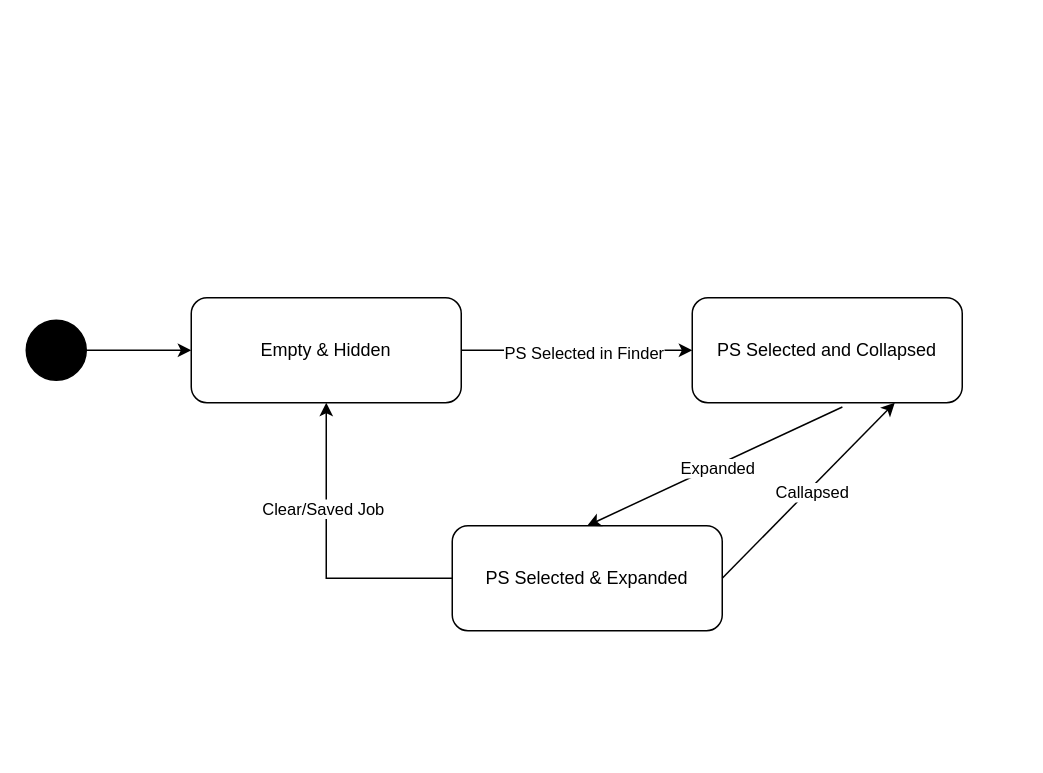
The draw.io diagram StateMachine_Finder_MassUpdate.drawio in amreshs/SoftwareDesignArchitecturesDiagram, before the edit. Source tidied: cells renumbered, new cells numbered last; positions are measured from the earlier drawing's top-left corner, leaving out a move shared by most shapes. Both pictures are drawn from the tidied source at 150%, with x=0, y=0 at pixel (26, 297).
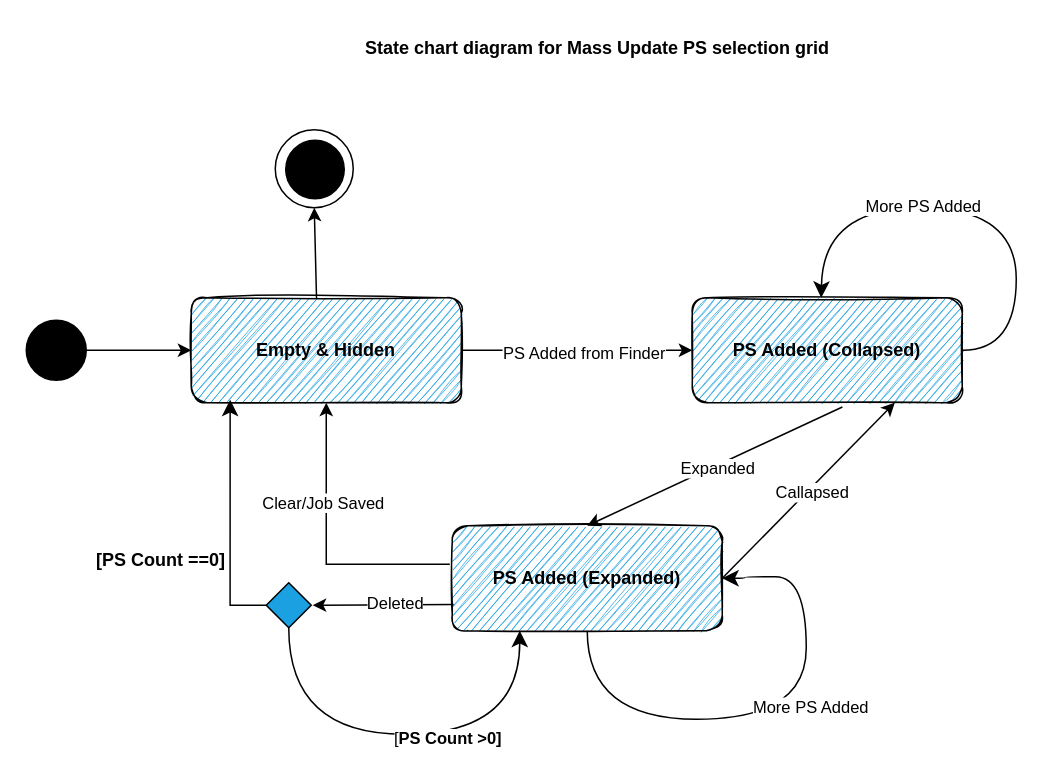
The same diagram, later.

The change refers to these unchanged cells:
```xml
<mxCell id="8" style="endArrow=classic;html=1;rounded=0;entryX=0;entryY=0.5;entryDx=0;entryDy=0;exitX=1;exitY=0.5;exitDx=0;exitDy=0;" parent="1" edge="1" source="2" target="4">
  <mxGeometry relative="1" as="geometry" />
</mxCell>
```

Change to the diagram source:
```diff
@@
-    <mxCell id="2" value="Empty &amp;amp; Hidden" style="rounded=1;whiteSpace=wrap;html=1;" parent="1" vertex="1">
+    <mxCell id="2" value="&lt;b&gt;Empty &amp;amp; Hidden&lt;/b&gt;" style="rounded=1;whiteSpace=wrap;html=1;fillColor=#1ba1e2;sketch=1;" parent="1" vertex="1">
       <mxGeometry x="110" width="180" height="70" as="geometry" />
     </mxCell>
@@
-    <mxCell id="4" value="PS Selected and Collapsed" style="rounded=1;whiteSpace=wrap;html=1;" parent="1" vertex="1">
+    <mxCell id="4" value="&lt;b&gt;PS Added (Collapsed)&lt;/b&gt;" style="rounded=1;whiteSpace=wrap;html=1;fillColor=#1ba1e2;sketch=1;" parent="1" vertex="1">
       <mxGeometry x="444" width="180" height="70" as="geometry" />
     </mxCell>
-    <mxCell id="5" style="edgeStyle=orthogonalEdgeStyle;rounded=0;jettySize=auto;html=1;exitX=0;exitY=0.5;exitDx=0;exitDy=0;" parent="1" edge="1" source="7" target="2">
-      <mxGeometry relative="1" as="geometry" />
+    <mxCell id="5" style="edgeStyle=orthogonalEdgeStyle;rounded=0;jettySize=auto;html=1;exitX=-0.009;exitY=0.366;exitDx=0;exitDy=0;exitPerimeter=0;" parent="1" edge="1" source="7" target="2">
+      <mxGeometry relative="1" as="geometry">
+        <Array as="points">
+          <mxPoint x="200" y="178" />
+        </Array>
+      </mxGeometry>
     </mxCell>
-    <mxCell id="6" value="Clear/Saved Job" style="edgeLabel;html=1;align=center;verticalAlign=middle;" parent="5" vertex="1">
+    <mxCell id="6" value="Clear/Job Saved" style="edgeLabel;html=1;align=center;verticalAlign=middle;" parent="5" vertex="1">
       <mxGeometry x="0.3" y="3" relative="1" as="geometry" />
     </mxCell>
-    <mxCell id="7" value="PS Selected &amp;amp; Expanded" style="rounded=1;whiteSpace=wrap;html=1;" parent="1" vertex="1">
+    <mxCell id="7" value="&lt;b&gt;PS Added (Expanded)&lt;/b&gt;" style="rounded=1;whiteSpace=wrap;html=1;fillColor=#1ba1e2;sketch=1;" parent="1" vertex="1">
       <mxGeometry x="284" y="152" width="180" height="70" as="geometry" />
     </mxCell>
@@
-    <mxCell id="9" value="PS Selected in Finder" style="edgeLabel;html=1;align=center;verticalAlign=middle;" parent="8" vertex="1">
+    <mxCell id="9" value="PS Added from Finder" style="edgeLabel;html=1;align=center;verticalAlign=middle;" parent="8" vertex="1">
       <mxGeometry x="0.05" y="-1" relative="1" as="geometry" />
     </mxCell>
@@
+    <mxCell id="15" style="ellipse;whiteSpace=wrap;html=1;" parent="1" vertex="1">
+      <mxGeometry x="166" y="-112" width="52" height="52" as="geometry" />
+    </mxCell>
+    <mxCell id="16" style="edgeStyle=orthogonalEdgeStyle;elbow=horizontal;endArrow=classic;html=1;curved=1;rounded=0;endSize=8;startSize=8;exitX=1;exitY=0.5;exitDx=0;exitDy=0;entryX=0.5;entryY=0;entryDx=0;entryDy=0;" parent="1" edge="1" source="4">
+      <mxGeometry relative="1" as="geometry">
+        <mxPoint x="530" as="targetPoint" />
+        <Array as="points">
+          <mxPoint x="660" y="35" />
+          <mxPoint x="660" y="-60" />
+          <mxPoint x="531" y="-60" />
+        </Array>
+      </mxGeometry>
+    </mxCell>
+    <mxCell id="17" value="More PS Added" style="edgeLabel;html=1;align=center;verticalAlign=middle;" parent="16" vertex="1">
+      <mxGeometry x="0.2" y="-2" relative="1" as="geometry">
+        <mxPoint x="-2" as="offset" />
+      </mxGeometry>
+    </mxCell>
+    <mxCell id="18" style="edgeStyle=orthogonalEdgeStyle;elbow=horizontal;endArrow=classic;html=1;curved=1;rounded=0;endSize=8;startSize=8;exitX=0.5;exitY=1;exitDx=0;exitDy=0;entryX=1;entryY=0.5;entryDx=0;entryDy=0;" parent="1" edge="1" source="7" target="7">
+      <mxGeometry relative="1" as="geometry">
+        <Array as="points">
+          <mxPoint x="374" y="281" />
+          <mxPoint x="520" y="281" />
+          <mxPoint x="520" y="186" />
+          <mxPoint x="479" y="186" />
+          <mxPoint x="479" y="187" />
+        </Array>
+      </mxGeometry>
+    </mxCell>
+    <mxCell id="19" value="More PS Added" style="edgeLabel;html=1;align=center;verticalAlign=middle;" parent="18" vertex="1">
+      <mxGeometry x="0.2" y="-2" relative="1" as="geometry" />
+    </mxCell>
+    <mxCell id="20" style="rhombus;whiteSpace=wrap;html=1;fillColor=#1ba1e2;" parent="1" vertex="1">
+      <mxGeometry x="160" y="190" width="30" height="30" as="geometry" />
+    </mxCell>
+    <mxCell id="21" style="endArrow=classic;html=1;rounded=0;exitX=0;exitY=0.75;exitDx=0;exitDy=0;entryX=1;entryY=0.5;entryDx=0;entryDy=0;" parent="1" edge="1">
+      <mxGeometry relative="1" as="geometry">
+        <mxPoint x="285" y="204.5" as="sourcePoint" />
+        <mxPoint x="191" y="205" as="targetPoint" />
+      </mxGeometry>
+    </mxCell>
+    <mxCell id="22" value="Deleted" style="edgeLabel;html=1;align=center;verticalAlign=middle;" parent="21" vertex="1">
+      <mxGeometry x="-0.17" y="-1" relative="1" as="geometry" />
+    </mxCell>
+    <mxCell id="23" style="edgeStyle=segmentEdgeStyle;endArrow=classic;html=1;curved=0;rounded=0;endSize=8;startSize=8;entryX=0.144;entryY=0.971;entryDx=0;entryDy=0;entryPerimeter=0;exitX=0;exitY=0.5;exitDx=0;exitDy=0;" parent="1" edge="1" source="20" target="2">
+      <mxGeometry relative="1" as="geometry">
+        <Array as="points">
+          <mxPoint x="136" y="205" />
+        </Array>
+      </mxGeometry>
+    </mxCell>
+    <mxCell id="24" value="&lt;b&gt;[PS Count ==0]&lt;/b&gt;" style="text;html=1;strokeColor=none;fillColor=none;align=center;verticalAlign=middle;whiteSpace=wrap;rounded=0;" parent="1" vertex="1">
+      <mxGeometry x="40" y="160" width="100" height="30" as="geometry" />
+    </mxCell>
+    <mxCell id="25" style="edgeStyle=orthogonalEdgeStyle;elbow=horizontal;endArrow=classic;html=1;curved=1;rounded=0;endSize=8;startSize=8;exitX=0.5;exitY=1;exitDx=0;exitDy=0;entryX=0.25;entryY=1;entryDx=0;entryDy=0;" parent="1" edge="1" source="20" target="7">
+      <mxGeometry relative="1" as="geometry">
+        <Array as="points">
+          <mxPoint x="175" y="291" />
+          <mxPoint x="329" y="291" />
+        </Array>
+      </mxGeometry>
+    </mxCell>
+    <mxCell id="26" value="[&lt;b&gt;PS Count &amp;gt;0]&lt;/b&gt;" style="edgeLabel;html=1;align=center;verticalAlign=middle;" parent="25" vertex="1">
+      <mxGeometry x="0.2" y="-2" relative="1" as="geometry" />
+    </mxCell>
+    <mxCell id="27" style="endArrow=classic;html=1;rounded=0;exitX=0.464;exitY=0.006;exitDx=0;exitDy=0;exitPerimeter=0;entryX=0.5;entryY=1;entryDx=0;entryDy=0;" parent="1" edge="1" source="2" target="15">
+      <mxGeometry relative="1" as="geometry" />
+    </mxCell>
+    <mxCell id="28" value="&lt;b&gt;State chart diagram for Mass Update PS selection grid&lt;/b&gt;" style="text;html=1;strokeColor=none;fillColor=none;align=center;verticalAlign=middle;whiteSpace=wrap;rounded=0;" parent="1" vertex="1">
+      <mxGeometry x="214" y="-181" width="334" height="30" as="geometry" />
+    </mxCell>
+    <mxCell id="29" style="ellipse;shape=doubleEllipse;whiteSpace=wrap;html=1;fillColor=black;" parent="1" vertex="1">
+      <mxGeometry x="173" y="-105" width="39" height="39" as="geometry" />
+    </mxCell>
```
